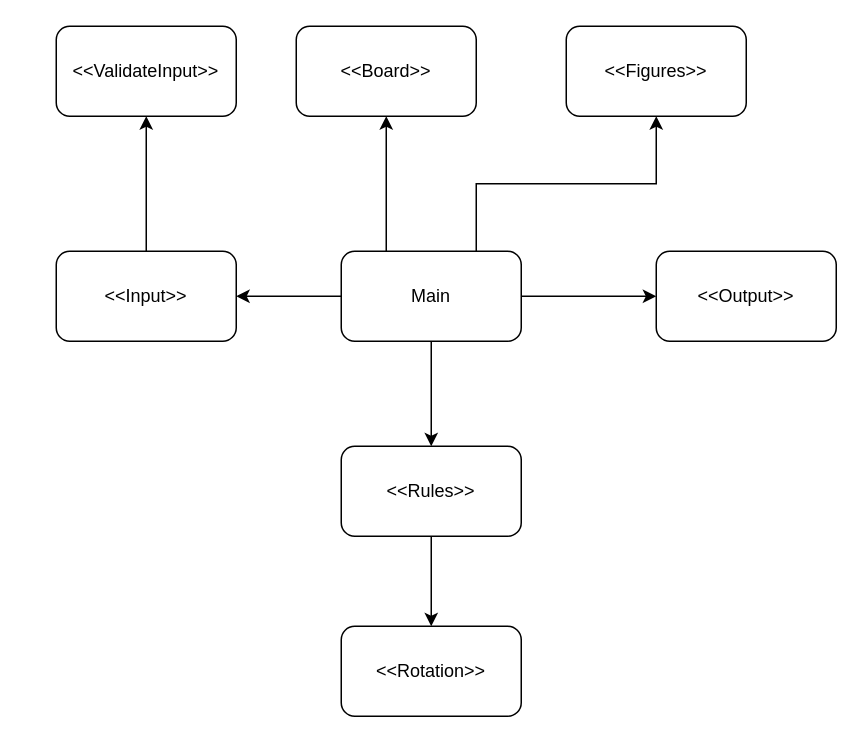
Before: TicTacToe.drawio in Paranoj/job4j_design, a draw.io diagram. Source tidied: cells renumbered, new cells numbered last; positions are measured from the earlier drawing's top-left corner, leaving out a move shared by most shapes. Both pictures are drawn from the tidied source at 150%, with x=0, y=0 at pixel (56, 26).
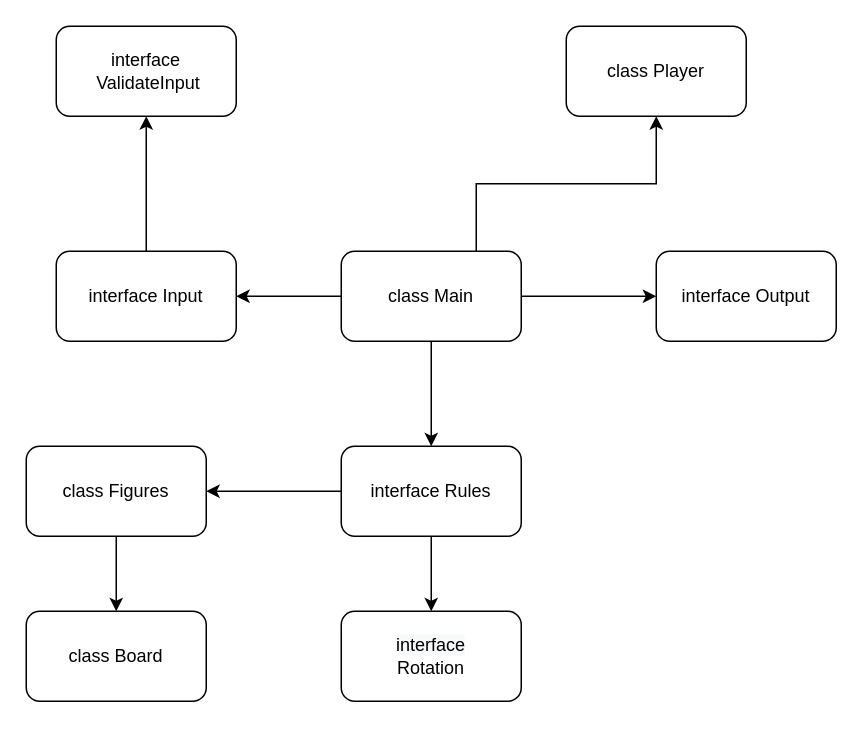
Above is the later version.

Diff of the diagram source:
```diff
@@
 <mxGraphModel>
   <root>
     <mxCell id="0" />
     <mxCell id="1" parent="0" />
-    <mxCell id="2" value="&amp;lt;&amp;lt;Board&amp;gt;&amp;gt;" style="rounded=1;whiteSpace=wrap;html=1;" parent="1" vertex="1">
-      <mxGeometry x="160" width="120" height="60" as="geometry" />
+    <mxCell id="2" value="class Board" style="rounded=1;whiteSpace=wrap;html=1;" parent="1" vertex="1">
+      <mxGeometry x="-20" y="390" width="120" height="60" as="geometry" />
     </mxCell>
-    <mxCell id="3" value="&amp;lt;&amp;lt;Figures&amp;gt;&amp;gt;" style="rounded=1;whiteSpace=wrap;html=1;" parent="1" vertex="1">
-      <mxGeometry x="340" width="120" height="60" as="geometry" />
-    </mxCell>
     <mxCell id="4" style="edgeStyle=orthogonalEdgeStyle;rounded=0;jettySize=auto;html=1;exitX=0.5;exitY=0;exitDx=0;exitDy=0;entryX=0.5;entryY=1;entryDx=0;entryDy=0;" parent="1" edge="1" source="7" target="5">
       <mxGeometry relative="1" as="geometry" />
     </mxCell>
-    <mxCell id="5" value="&amp;lt;&amp;lt;ValidateInput&amp;gt;&amp;gt;" style="rounded=1;whiteSpace=wrap;html=1;" parent="1" vertex="1">
+    <mxCell id="5" value="interface&lt;br&gt;&amp;nbsp;ValidateInput" style="rounded=1;whiteSpace=wrap;html=1;" parent="1" vertex="1">
       <mxGeometry width="120" height="60" as="geometry" />
     </mxCell>
     <mxCell id="6" style="edgeStyle=orthogonalEdgeStyle;rounded=0;jettySize=auto;html=1;exitX=0;exitY=0.5;exitDx=0;exitDy=0;entryX=1;entryY=0.5;entryDx=0;entryDy=0;" parent="1" edge="1" source="15" target="7">
       <mxGeometry relative="1" as="geometry" />
     </mxCell>
-    <mxCell id="7" value="&amp;lt;&amp;lt;Input&amp;gt;&amp;gt;" style="rounded=1;whiteSpace=wrap;html=1;" parent="1" vertex="1">
+    <mxCell id="7" value="interface Input" style="rounded=1;whiteSpace=wrap;html=1;" parent="1" vertex="1">
       <mxGeometry y="150" width="120" height="60" as="geometry" />
     </mxCell>
-    <mxCell id="8" style="edgeStyle=orthogonalEdgeStyle;rounded=0;jettySize=auto;html=1;exitX=0.5;exitY=1;exitDx=0;exitDy=0;entryX=0.5;entryY=0;entryDx=0;entryDy=0;" parent="1" edge="1" source="9" target="16">
-      <mxGeometry relative="1" as="geometry" />
-    </mxCell>
+    <mxCell id="17" style="edgeStyle=orthogonalEdgeStyle;rounded=0;jettySize=auto;html=1;exitX=0;exitY=0.5;exitDx=0;exitDy=0;entryX=1;entryY=0.5;entryDx=0;entryDy=0;" parent="1" edge="1" source="9" target="23">
+      <mxGeometry relative="1" as="geometry" />
+    </mxCell>
-    <mxCell id="9" value="&amp;lt;&amp;lt;Rules&amp;gt;&amp;gt;" style="rounded=1;whiteSpace=wrap;html=1;" parent="1" vertex="1">
+    <mxCell id="9" value="interface Rules" style="rounded=1;whiteSpace=wrap;html=1;" parent="1" vertex="1">
       <mxGeometry x="190" y="280" width="120" height="60" as="geometry" />
     </mxCell>
-    <mxCell id="10" value="&amp;lt;&amp;lt;Output&amp;gt;&amp;gt;" style="rounded=1;whiteSpace=wrap;html=1;" parent="1" vertex="1">
+    <mxCell id="10" value="interface Output" style="rounded=1;whiteSpace=wrap;html=1;" parent="1" vertex="1">
       <mxGeometry x="400" y="150" width="120" height="60" as="geometry" />
     </mxCell>
     <mxCell id="11" style="edgeStyle=orthogonalEdgeStyle;rounded=0;jettySize=auto;html=1;exitX=0.5;exitY=1;exitDx=0;exitDy=0;" parent="1" edge="1" source="15" target="9">
       <mxGeometry relative="1" as="geometry" />
     </mxCell>
     <mxCell id="12" style="edgeStyle=orthogonalEdgeStyle;rounded=0;jettySize=auto;html=1;exitX=1;exitY=0.5;exitDx=0;exitDy=0;entryX=0;entryY=0.5;entryDx=0;entryDy=0;" parent="1" edge="1" source="15" target="10">
       <mxGeometry relative="1" as="geometry" />
     </mxCell>
-    <mxCell id="13" style="edgeStyle=orthogonalEdgeStyle;rounded=0;jettySize=auto;html=1;exitX=0.75;exitY=0;exitDx=0;exitDy=0;" parent="1" edge="1" source="15" target="3">
-      <mxGeometry relative="1" as="geometry" />
-    </mxCell>
-    <mxCell id="14" style="edgeStyle=orthogonalEdgeStyle;rounded=0;jettySize=auto;html=1;exitX=0.25;exitY=0;exitDx=0;exitDy=0;entryX=0.5;entryY=1;entryDx=0;entryDy=0;" parent="1" edge="1" source="15" target="2">
-      <mxGeometry relative="1" as="geometry" />
-    </mxCell>
+    <mxCell id="18" style="edgeStyle=orthogonalEdgeStyle;rounded=0;jettySize=auto;html=1;exitX=0.75;exitY=0;exitDx=0;exitDy=0;entryX=0.5;entryY=1;entryDx=0;entryDy=0;" parent="1" edge="1" source="15" target="19">
+      <mxGeometry relative="1" as="geometry" />
+    </mxCell>
-    <mxCell id="15" value="Main" style="rounded=1;whiteSpace=wrap;html=1;" parent="1" vertex="1">
+    <mxCell id="15" value="class Main" style="rounded=1;whiteSpace=wrap;html=1;" parent="1" vertex="1">
       <mxGeometry x="190" y="150" width="120" height="60" as="geometry" />
     </mxCell>
-    <mxCell id="16" value="&amp;lt;&amp;lt;Rotation&amp;gt;&amp;gt;" style="rounded=1;whiteSpace=wrap;html=1;" parent="1" vertex="1">
-      <mxGeometry x="190" y="400" width="120" height="60" as="geometry" />
-    </mxCell>
+    <mxCell id="19" value="class Player" style="rounded=1;whiteSpace=wrap;html=1;" parent="1" vertex="1">
+      <mxGeometry x="340" width="120" height="60" as="geometry" />
+    </mxCell>
+    <mxCell id="20" value="&lt;span style=&quot;color: rgb(0, 0, 0); font-family: Helvetica; font-size: 12px; font-style: normal; font-variant-ligatures: normal; font-variant-caps: normal; font-weight: 400; letter-spacing: normal; orphans: 2; text-align: center; text-indent: 0px; text-transform: none; widows: 2; word-spacing: 0px; -webkit-text-stroke-width: 0px; background-color: rgb(248, 249, 250); text-decoration-thickness: initial; text-decoration-style: initial; text-decoration-color: initial; float: none; display: inline !important;&quot;&gt;interface&lt;/span&gt;&lt;br&gt;Rotation" style="rounded=1;whiteSpace=wrap;html=1;" parent="1" vertex="1">
+      <mxGeometry x="190" y="390" width="120" height="60" as="geometry" />
+    </mxCell>
+    <mxCell id="21" style="edgeStyle=orthogonalEdgeStyle;rounded=0;jettySize=auto;html=1;exitX=0.5;exitY=1;exitDx=0;exitDy=0;" parent="1" edge="1" source="9" target="20">
+      <mxGeometry relative="1" as="geometry" />
+    </mxCell>
+    <mxCell id="22" style="edgeStyle=orthogonalEdgeStyle;rounded=0;jettySize=auto;html=1;exitX=0.5;exitY=1;exitDx=0;exitDy=0;entryX=0.5;entryY=0;entryDx=0;entryDy=0;" parent="1" edge="1" source="23" target="2">
+      <mxGeometry relative="1" as="geometry" />
+    </mxCell>
+    <mxCell id="23" value="class Figures" style="rounded=1;whiteSpace=wrap;html=1;" parent="1" vertex="1">
+      <mxGeometry x="-20" y="280" width="120" height="60" as="geometry" />
+    </mxCell>
   </root>
 </mxGraphModel>
```
